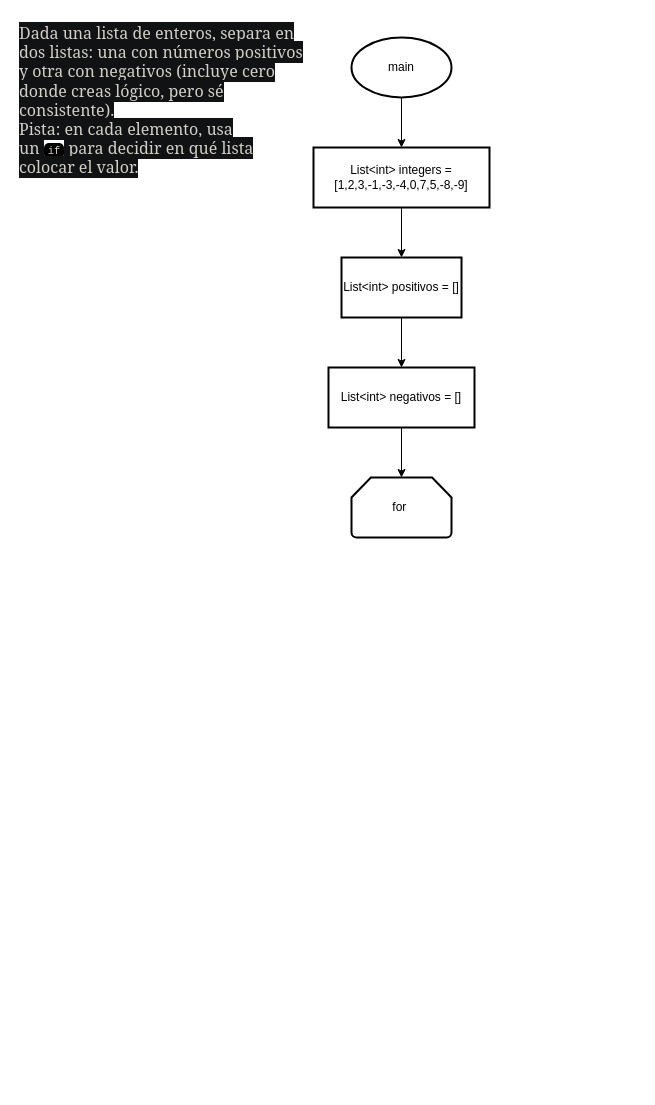
Before: src/Nivel8_control_de_flujo/ejercicio8.2_dos_listas.drawio in HatiD3v/Aprendiendo-Dart, a draw.io diagram. Source tidied: cells renumbered, new cells numbered last; positions are measured from the earlier drawing's top-left corner, leaving out a move shared by most shapes. Both pictures are drawn from the tidied source at 100%, with x=0, y=0 at pixel (17, 17).
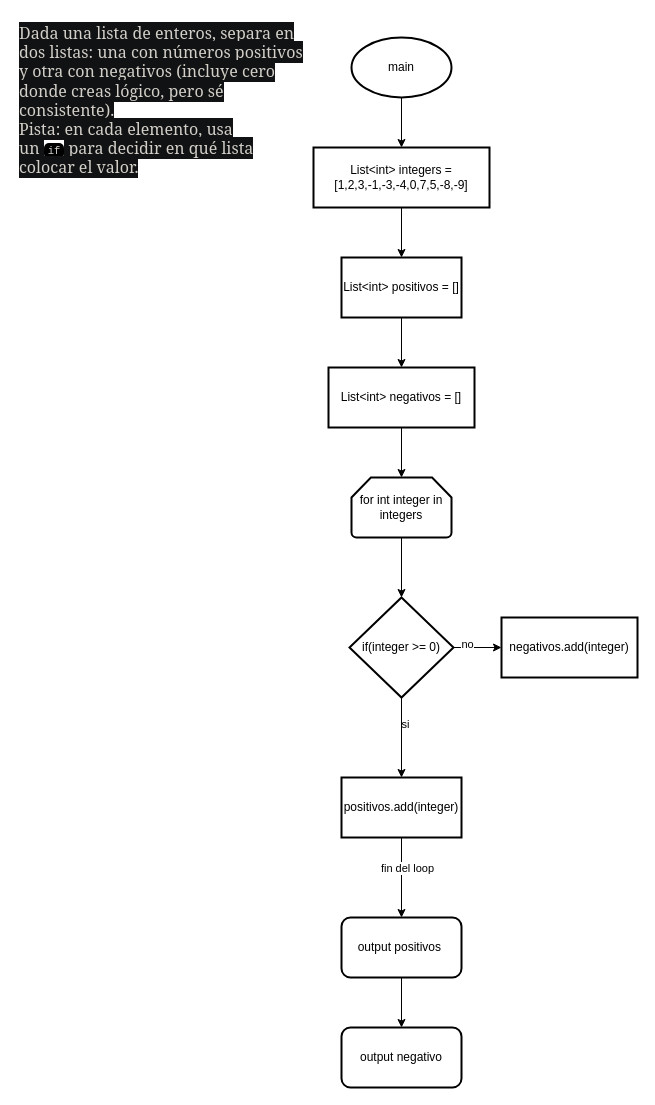
After the change.

Commit message (it also covers changes not shown here):
fix: [diagrama de flujo y ejercicio 8.2 creacion de dos listas]

Change to the diagram source:
```diff
@@
+    <mxCell id="12" style="edgeStyle=none;html=1;" parent="1" edge="1" source="10" target="17">
+      <mxGeometry relative="1" as="geometry" />
+    </mxCell>
-    <mxCell id="10" value="for&amp;nbsp;" style="strokeWidth=2;html=1;shape=mxgraph.flowchart.loop_limit;whiteSpace=wrap;" parent="1" vertex="1">
+    <mxCell id="10" value="for int integer in integers" style="strokeWidth=2;html=1;shape=mxgraph.flowchart.loop_limit;whiteSpace=wrap;" parent="1" vertex="1">
       <mxGeometry x="334" y="460" width="100" height="60" as="geometry" />
     </mxCell>
@@
+    <mxCell id="13" style="edgeStyle=none;html=1;" parent="1" edge="1" source="17" target="20">
+      <mxGeometry relative="1" as="geometry" />
+    </mxCell>
+    <mxCell id="14" value="si" style="edgeLabel;html=1;align=center;verticalAlign=middle;" parent="13" vertex="1">
+      <mxGeometry x="-0.36" y="3" relative="1" as="geometry" />
+    </mxCell>
+    <mxCell id="15" style="edgeStyle=none;html=1;" parent="1" edge="1" source="17" target="21">
+      <mxGeometry relative="1" as="geometry" />
+    </mxCell>
+    <mxCell id="16" value="no" style="edgeLabel;html=1;align=center;verticalAlign=middle;" parent="15" vertex="1">
+      <mxGeometry x="-0.47" y="4" relative="1" as="geometry" />
+    </mxCell>
+    <mxCell id="17" value="if(integer &amp;gt;= 0)" style="rhombus;whiteSpace=wrap;html=1;strokeWidth=2;" parent="1" vertex="1">
+      <mxGeometry x="332" y="580" width="104" height="100" as="geometry" />
+    </mxCell>
+    <mxCell id="18" style="edgeStyle=none;html=1;" parent="1" edge="1" source="20" target="23">
+      <mxGeometry relative="1" as="geometry" />
+    </mxCell>
+    <mxCell id="19" value="fin del loop" style="edgeLabel;html=1;align=center;verticalAlign=middle;" parent="18" vertex="1">
+      <mxGeometry x="-0.25" y="5" relative="1" as="geometry" />
+    </mxCell>
+    <mxCell id="20" value="positivos.add(integer)" style="whiteSpace=wrap;html=1;strokeWidth=2;" parent="1" vertex="1">
+      <mxGeometry x="324" y="760" width="120" height="60" as="geometry" />
+    </mxCell>
+    <mxCell id="21" value="negativos.add(integer)" style="whiteSpace=wrap;html=1;strokeWidth=2;" parent="1" vertex="1">
+      <mxGeometry x="484" y="600" width="136" height="60" as="geometry" />
+    </mxCell>
+    <mxCell id="22" style="edgeStyle=none;html=1;exitX=0.5;exitY=1;exitDx=0;exitDy=0;" parent="1" edge="1" source="23" target="24">
+      <mxGeometry relative="1" as="geometry" />
+    </mxCell>
+    <mxCell id="23" value="output positivos&amp;nbsp;" style="rounded=1;whiteSpace=wrap;html=1;strokeWidth=2;" parent="1" vertex="1">
+      <mxGeometry x="324" y="900" width="120" height="60" as="geometry" />
+    </mxCell>
+    <mxCell id="24" value="output negativo" style="rounded=1;whiteSpace=wrap;html=1;strokeWidth=2;" parent="1" vertex="1">
+      <mxGeometry x="324" y="1010" width="120" height="60" as="geometry" />
+    </mxCell>
```
